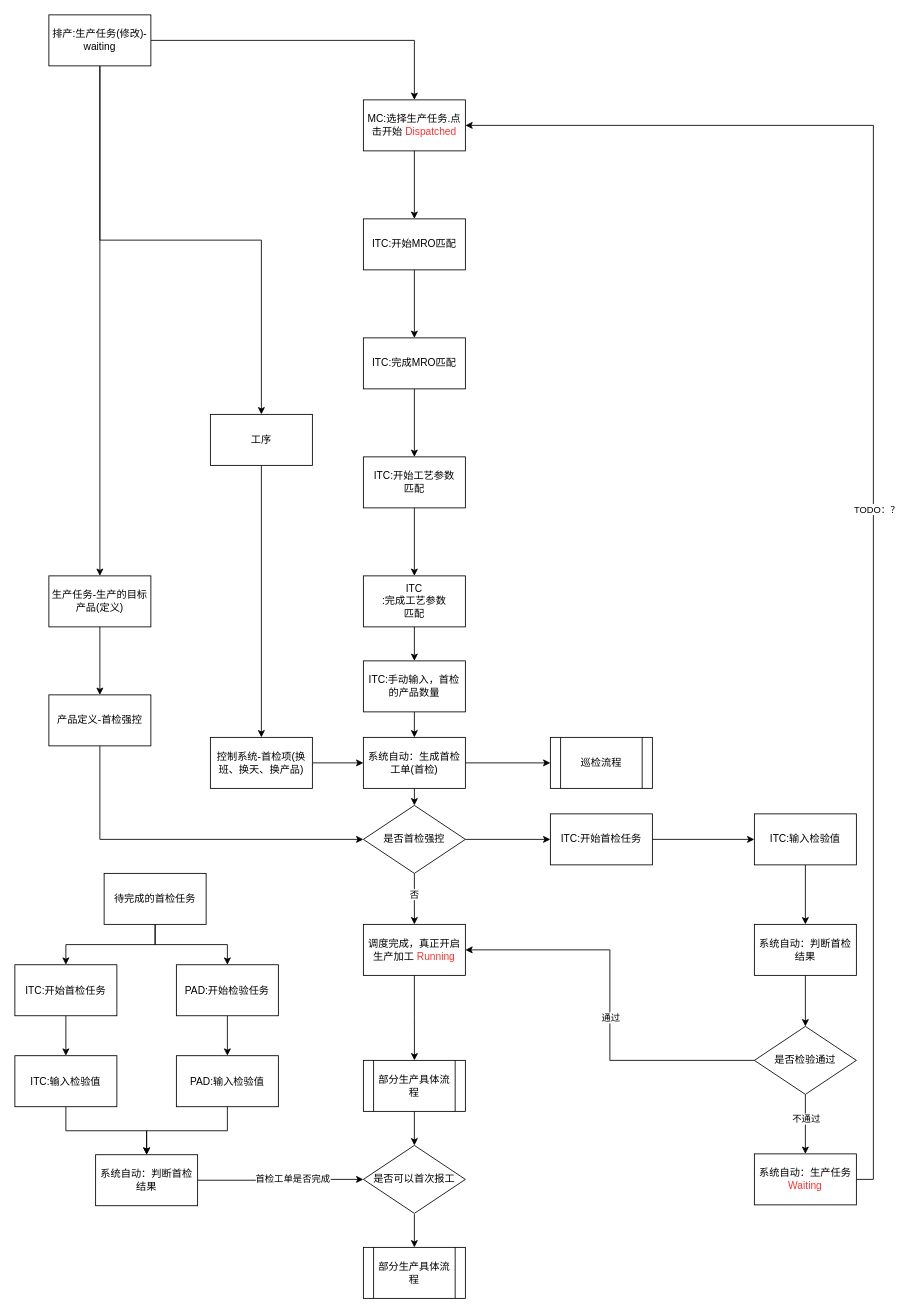
This is page "首检" (1 of 3) of 首检流程.drawio from sstlin/os-shell, a draw.io file, before an edit. Source tidied: cells renumbered, new cells numbered last; positions are measured from the earlier drawing's top-left corner, leaving out a move shared by most shapes. Both pictures are drawn from the tidied source at 85%, with x=0, y=0 at pixel (14, 14).
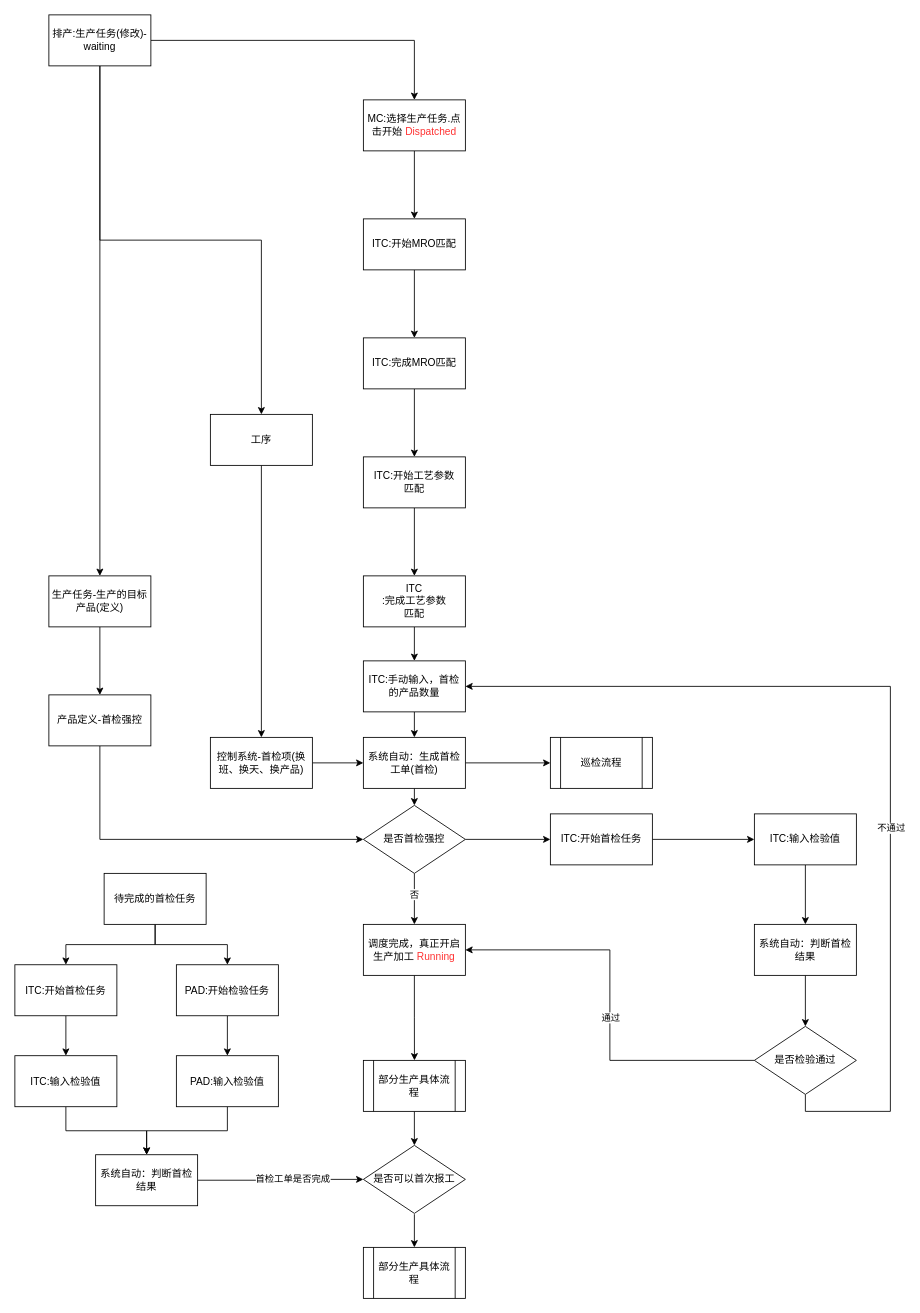
Above is the later version.

Unchanged cells that the change refers to:
```xml
<mxCell id="3" value="MC:选择生产任务.点击开始 &lt;font color=&quot;#ff3333&quot;&gt;Dispatched&lt;/font&gt;" style="rounded=0;whiteSpace=wrap;html=1;" parent="1" vertex="1">
  <mxGeometry x="410" y="100" width="120" height="60" as="geometry" />
</mxCell>
<mxCell id="40" value="是否检验通过" style="rhombus;whiteSpace=wrap;html=1;rounded=0;" parent="1" vertex="1">
  <mxGeometry x="870" y="1190" width="120" height="80" as="geometry" />
</mxCell>
<mxCell id="64" value="ITC:手动输入，首检的产品数量" style="whiteSpace=wrap;html=1;rounded=0;" parent="1" vertex="1">
  <mxGeometry x="410" y="760" width="120" height="60" as="geometry" />
</mxCell>
```

The edit, as a diff of the source:
```diff
@@
-    <mxCell id="38" style="edgeStyle=orthogonalEdgeStyle;rounded=0;jettySize=auto;html=1;exitX=0.5;exitY=1;exitDx=0;exitDy=0;entryX=0.5;entryY=0;entryDx=0;entryDy=0;" parent="1" edge="1" source="40" target="43">
-      <mxGeometry relative="1" as="geometry" />
+    <mxCell id="38" style="edgeStyle=orthogonalEdgeStyle;rounded=0;jettySize=auto;html=1;exitX=0.5;exitY=1;exitDx=0;exitDy=0;entryX=1;entryY=0.5;entryDx=0;entryDy=0;" parent="1" edge="1" source="40" target="64">
+      <mxGeometry relative="1" as="geometry">
+        <Array as="points">
+          <mxPoint x="930" y="1290" />
+          <mxPoint x="1030" y="1290" />
+          <mxPoint x="1030" y="790" />
+        </Array>
+      </mxGeometry>
     </mxCell>
@@
-    <mxCell id="41" style="edgeStyle=orthogonalEdgeStyle;rounded=0;jettySize=auto;html=1;exitX=1;exitY=0.5;exitDx=0;exitDy=0;entryX=1;entryY=0.5;entryDx=0;entryDy=0;" parent="1" edge="1" source="43" target="3">
-      <mxGeometry relative="1" as="geometry" />
-    </mxCell>
-    <mxCell id="42" value="TODO：？" style="edgeLabel;html=1;align=center;verticalAlign=middle;" parent="41" vertex="1">
-      <mxGeometry x="-0.07" y="-3" relative="1" as="geometry" />
-    </mxCell>
-    <mxCell id="43" value="系统自动：生产任务&lt;font color=&quot;#ff3333&quot;&gt;Waiting&lt;/font&gt;" style="whiteSpace=wrap;html=1;rounded=0;" parent="1" vertex="1">
-      <mxGeometry x="870" y="1340" width="120" height="60" as="geometry" />
-    </mxCell>
```
